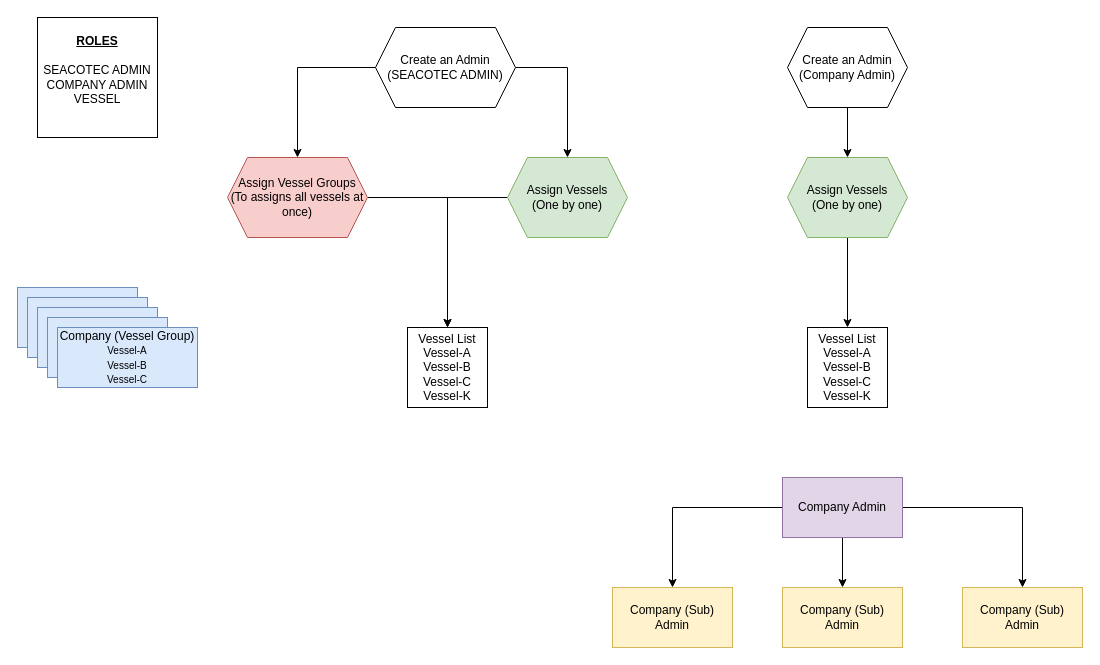
Earlier version of the draw.io diagram page "Temp" (11 of 11) of mrvtool.drawio (dagistan-tuncbilek/tasarimlar). Source tidied: cells renumbered, new cells numbered last; positions are measured from the earlier drawing's top-left corner, leaving out a move shared by most shapes. Both pictures are drawn from the tidied source at 100%, with x=0, y=0 at pixel (17, 17).
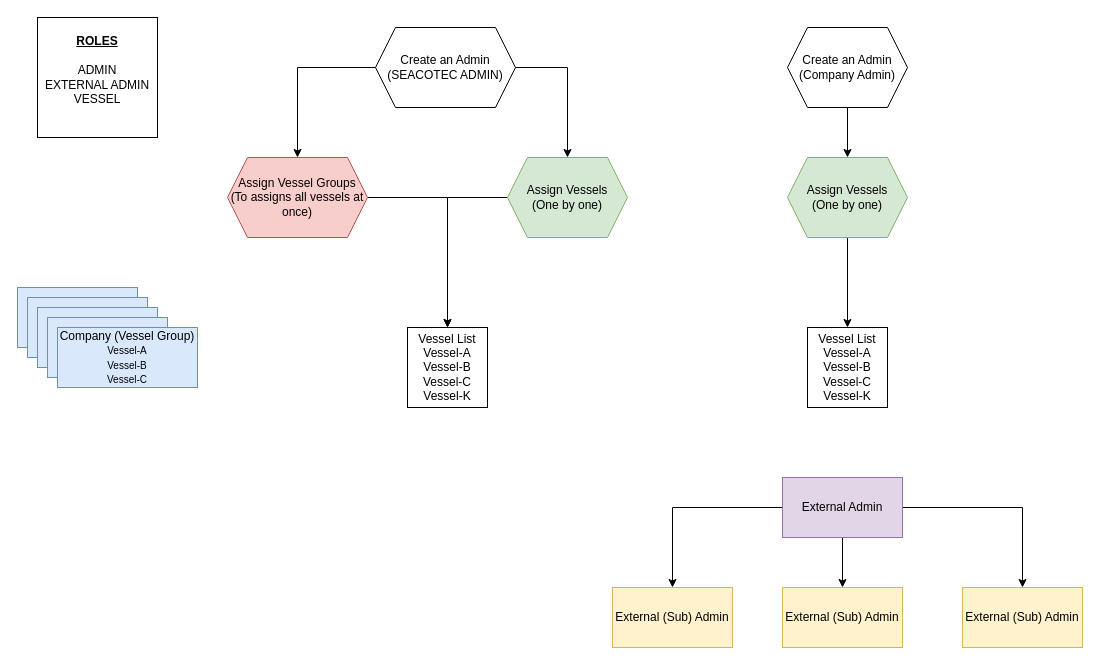
Above is the later version.

Change to the diagram source:
```diff
@@
-    <mxCell id="20" value="&lt;div align=&quot;center&quot;&gt;&lt;b&gt;&lt;span style=&quot;color: light-dark(rgb(51, 51, 255), rgb(237, 237, 237));&quot;&gt;&lt;span style=&quot;color: light-dark(rgb(0, 0, 0), rgb(237, 237, 237));&quot;&gt;&lt;u&gt;ROLES&lt;/u&gt;&lt;/span&gt;&lt;/span&gt;&lt;/b&gt;&lt;/div&gt;&lt;div align=&quot;center&quot;&gt;&lt;b&gt;&lt;span style=&quot;color: light-dark(rgb(51, 51, 255), rgb(237, 237, 237));&quot;&gt;&lt;span style=&quot;color: light-dark(rgb(0, 0, 0), rgb(237, 237, 237));&quot;&gt;&lt;u&gt;&lt;br&gt;&lt;/u&gt;&lt;/span&gt;&lt;/span&gt;&lt;/b&gt;&lt;/div&gt;&lt;div align=&quot;center&quot;&gt;SEACOTEC ADMIN&lt;/div&gt;&lt;div align=&quot;center&quot;&gt;COMPANY ADMIN&lt;/div&gt;&lt;div align=&quot;center&quot;&gt;VESSEL&lt;/div&gt;&lt;div align=&quot;center&quot;&gt;&lt;b&gt;&lt;br&gt;&lt;/b&gt;&lt;/div&gt;" style="whiteSpace=wrap;html=1;align=center;" parent="1" vertex="1">
+    <mxCell id="20" value="&lt;div align=&quot;center&quot;&gt;&lt;b&gt;&lt;span style=&quot;color: light-dark(rgb(51, 51, 255), rgb(237, 237, 237));&quot;&gt;&lt;span style=&quot;color: light-dark(rgb(0, 0, 0), rgb(237, 237, 237));&quot;&gt;&lt;u&gt;ROLES&lt;/u&gt;&lt;/span&gt;&lt;/span&gt;&lt;/b&gt;&lt;/div&gt;&lt;div align=&quot;center&quot;&gt;&lt;b&gt;&lt;span style=&quot;color: light-dark(rgb(51, 51, 255), rgb(237, 237, 237));&quot;&gt;&lt;span style=&quot;color: light-dark(rgb(0, 0, 0), rgb(237, 237, 237));&quot;&gt;&lt;u&gt;&lt;br&gt;&lt;/u&gt;&lt;/span&gt;&lt;/span&gt;&lt;/b&gt;&lt;/div&gt;&lt;div align=&quot;center&quot;&gt;ADMIN&lt;/div&gt;&lt;div align=&quot;center&quot;&gt;EXTERNAL ADMIN&lt;/div&gt;&lt;div align=&quot;center&quot;&gt;VESSEL&lt;/div&gt;&lt;div align=&quot;center&quot;&gt;&lt;b&gt;&lt;br&gt;&lt;/b&gt;&lt;/div&gt;" style="whiteSpace=wrap;html=1;align=center;" parent="1" vertex="1">
       <mxGeometry x="20" width="120" height="120" as="geometry" />
     </mxCell>
@@
-    <mxCell id="24" value="Company Admin" style="rounded=0;whiteSpace=wrap;html=1;fillColor=#e1d5e7;strokeColor=#9673a6;" parent="1" vertex="1">
+    <mxCell id="24" value="External Admin" style="rounded=0;whiteSpace=wrap;html=1;fillColor=#e1d5e7;strokeColor=#9673a6;" parent="1" vertex="1">
       <mxGeometry x="765" y="460" width="120" height="60" as="geometry" />
     </mxCell>
-    <mxCell id="25" value="Company (Sub) Admin" style="rounded=0;whiteSpace=wrap;html=1;fillColor=#fff2cc;strokeColor=#d6b656;" parent="1" vertex="1">
+    <mxCell id="25" value="External (Sub) Admin" style="rounded=0;whiteSpace=wrap;html=1;fillColor=#fff2cc;strokeColor=#d6b656;" parent="1" vertex="1">
       <mxGeometry x="595" y="570" width="120" height="60" as="geometry" />
     </mxCell>
-    <mxCell id="26" value="Company (Sub) Admin" style="rounded=0;whiteSpace=wrap;html=1;fillColor=#fff2cc;strokeColor=#d6b656;" parent="1" vertex="1">
+    <mxCell id="26" value="External (Sub) Admin" style="rounded=0;whiteSpace=wrap;html=1;fillColor=#fff2cc;strokeColor=#d6b656;" parent="1" vertex="1">
       <mxGeometry x="765" y="570" width="120" height="60" as="geometry" />
     </mxCell>
-    <mxCell id="27" value="Company (Sub) Admin" style="rounded=0;whiteSpace=wrap;html=1;fillColor=#fff2cc;strokeColor=#d6b656;" parent="1" vertex="1">
+    <mxCell id="27" value="External (Sub) Admin" style="rounded=0;whiteSpace=wrap;html=1;fillColor=#fff2cc;strokeColor=#d6b656;" parent="1" vertex="1">
       <mxGeometry x="945" y="570" width="120" height="60" as="geometry" />
     </mxCell>
```
